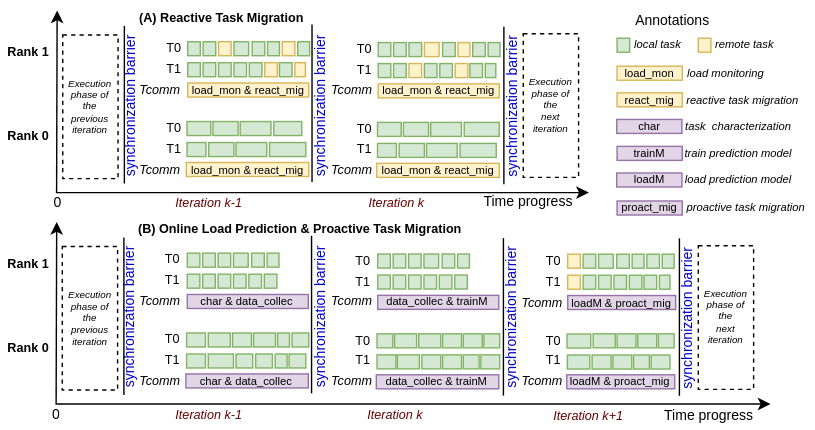
chameleon-hpc/chameleon-apps keeps this draw.io diagram as tools/tool_load_prediction/figures/react_and_proact_loadbalancing.svg. Above is the earlier version. Source tidied: cells renumbered, new cells last; positions are measured from the earlier drawing's top-left corner, leaving out a move shared by most shapes.
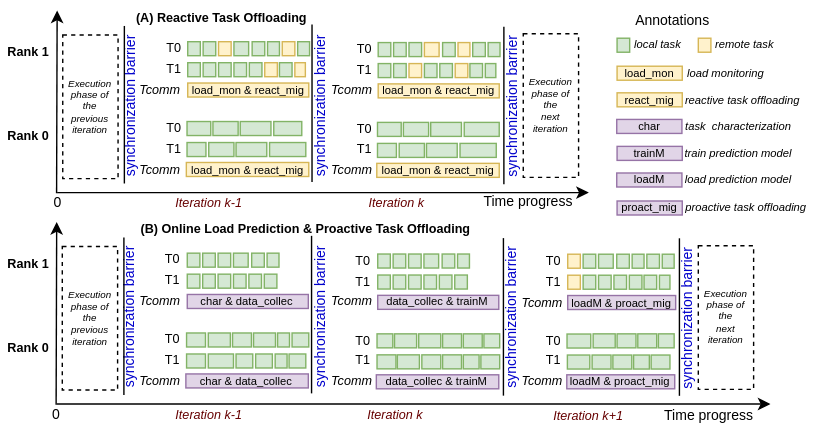
The same diagram one commit later.

What changed in the source:
```diff
@@ -551,11 +551,11 @@
     <mxCell id="173" value="&lt;i&gt;&lt;font style=&quot;font-size: 9px&quot; color=&quot;#660000&quot;&gt;Iteration k+1&lt;/font&gt;&lt;/i&gt;" style="text;html=1;strokeColor=none;fillColor=none;align=center;verticalAlign=middle;whiteSpace=wrap;rounded=0;fontSize=10;" parent="1" vertex="1">
       <mxGeometry x="380.4" y="282.8" width="80" height="20" as="geometry" />
     </mxCell>
-    <mxCell id="174" value="(A) Reactive Task Migration" style="text;html=1;strokeColor=none;fillColor=none;align=center;verticalAlign=middle;whiteSpace=wrap;rounded=0;fontSize=9;fontStyle=1;" parent="1" vertex="1">
+    <mxCell id="174" value="(A) Reactive Task Offloading" style="text;html=1;strokeColor=none;fillColor=none;align=center;verticalAlign=middle;whiteSpace=wrap;rounded=0;fontSize=9;fontStyle=1;" parent="1" vertex="1">
       <mxGeometry x="89.5" width="136.4" height="20" as="geometry" />
     </mxCell>
-    <mxCell id="175" value="(B) Online Load Prediction &amp;amp; Proactive Task Migration" style="text;html=1;strokeColor=none;fillColor=none;align=center;verticalAlign=middle;whiteSpace=wrap;rounded=0;fontSize=9;fontStyle=1;" parent="1" vertex="1">
-      <mxGeometry x="96" y="150" width="236.4" height="20" as="geometry" />
+    <mxCell id="175" value="(B) Online Load Prediction &amp;amp; Proactive Task Offloading" style="text;html=1;strokeColor=none;fillColor=none;align=center;verticalAlign=middle;whiteSpace=wrap;rounded=0;fontSize=9;fontStyle=1;" parent="1" vertex="1">
+      <mxGeometry x="96" y="150" width="244" height="20" as="geometry" />
     </mxCell>
     <mxCell id="176" style="rounded=0;whiteSpace=wrap;html=1;fillColor=#d5e8d4;strokeColor=#82b366;" parent="1" vertex="1">
       <mxGeometry x="168.1" y="249.2" width="11.9" height="10" as="geometry" />
@@ -662,7 +662,7 @@
     <mxCell id="210" value="&lt;font style=&quot;font-size: 8px&quot;&gt;&lt;i style=&quot;font-size: 8px&quot;&gt;train prediction model&lt;/i&gt;&lt;/font&gt;" style="text;html=1;strokeColor=none;fillColor=none;align=center;verticalAlign=middle;whiteSpace=wrap;rounded=0;fontSize=8;" parent="1" vertex="1">
       <mxGeometry x="486.7" y="96" width="80" height="20" as="geometry" />
     </mxCell>
-    <mxCell id="211" value="&lt;font style=&quot;font-size: 8px;&quot;&gt;&lt;i style=&quot;font-size: 8px;&quot;&gt;reactive task migration&lt;/i&gt;&lt;/font&gt;" style="text;html=1;strokeColor=none;fillColor=none;align=center;verticalAlign=middle;whiteSpace=wrap;rounded=0;fontSize=8;" parent="1" vertex="1">
+    <mxCell id="211" value="&lt;font style=&quot;font-size: 8px;&quot;&gt;&lt;i style=&quot;font-size: 8px;&quot;&gt;reactive task offloading&lt;/i&gt;&lt;/font&gt;" style="text;html=1;strokeColor=none;fillColor=none;align=center;verticalAlign=middle;whiteSpace=wrap;rounded=0;fontSize=8;" parent="1" vertex="1">
       <mxGeometry x="486.5" y="57.8" width="87.6" height="20" as="geometry" />
     </mxCell>
     <mxCell id="212" value="&lt;font style=&quot;font-size: 8px&quot;&gt;&lt;i style=&quot;font-size: 8px&quot;&gt;task&amp;nbsp; characterization&lt;/i&gt;&lt;/font&gt;" style="text;html=1;strokeColor=none;fillColor=none;align=center;verticalAlign=middle;whiteSpace=wrap;rounded=0;fontSize=8;" parent="1" vertex="1">
@@ -671,7 +671,7 @@
     <mxCell id="213" value="&lt;font style=&quot;font-size: 8px&quot;&gt;&lt;i style=&quot;font-size: 8px&quot;&gt;load prediction model&lt;/i&gt;&lt;/font&gt;" style="text;html=1;strokeColor=none;fillColor=none;align=center;verticalAlign=middle;whiteSpace=wrap;rounded=0;fontSize=8;" parent="1" vertex="1">
       <mxGeometry x="486.7" y="115" width="80" height="20" as="geometry" />
     </mxCell>
-    <mxCell id="214" value="&lt;font style=&quot;font-size: 8px&quot;&gt;&lt;i style=&quot;font-size: 8px&quot;&gt;proactive task migration&lt;/i&gt;&lt;/font&gt;" style="text;html=1;strokeColor=none;fillColor=none;align=center;verticalAlign=middle;whiteSpace=wrap;rounded=0;fontSize=8;" parent="1" vertex="1">
+    <mxCell id="214" value="&lt;font style=&quot;font-size: 8px&quot;&gt;&lt;i style=&quot;font-size: 8px&quot;&gt;proactive task offloading&lt;/i&gt;&lt;/font&gt;" style="text;html=1;strokeColor=none;fillColor=none;align=center;verticalAlign=middle;whiteSpace=wrap;rounded=0;fontSize=8;" parent="1" vertex="1">
       <mxGeometry x="485.2" y="135" width="95.1" height="20" as="geometry" />
     </mxCell>
     <mxCell id="215" value="Annotations" style="text;html=1;strokeColor=none;fillColor=none;align=center;verticalAlign=middle;whiteSpace=wrap;rounded=0;fontSize=10;" parent="1" vertex="1">
```
